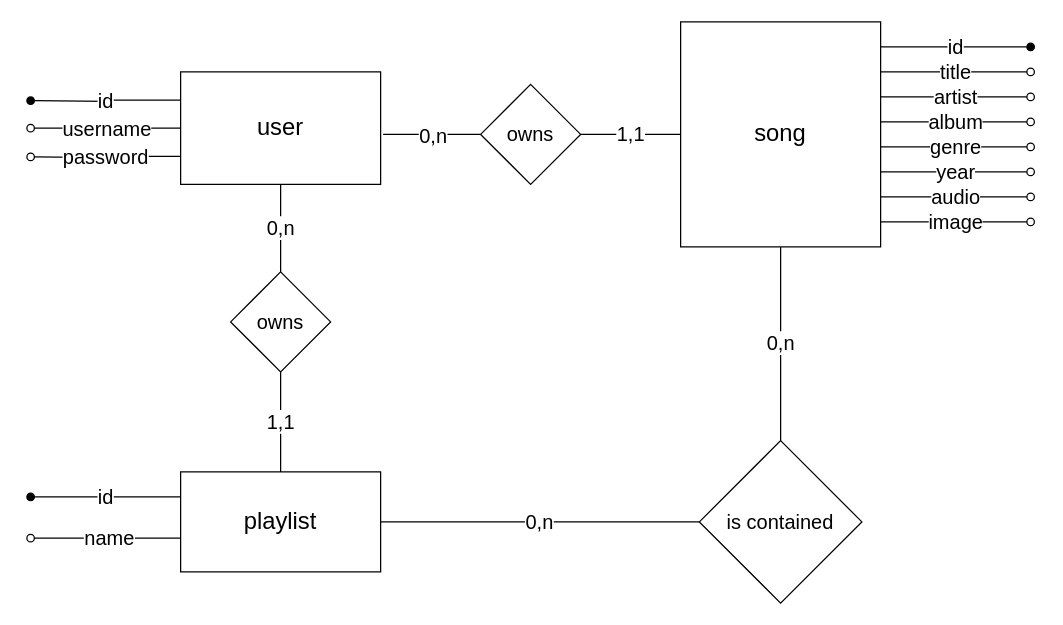
Earlier version of the draw.io diagram doc/database.drawio (GenniImparato/PlaylistMaker). Source tidied: cells renumbered, new cells numbered last; positions are measured from the earlier drawing's top-left corner, leaving out a move shared by most shapes. Both pictures are drawn from the tidied source at 125%, with x=0, y=0 at pixel (30, 21).
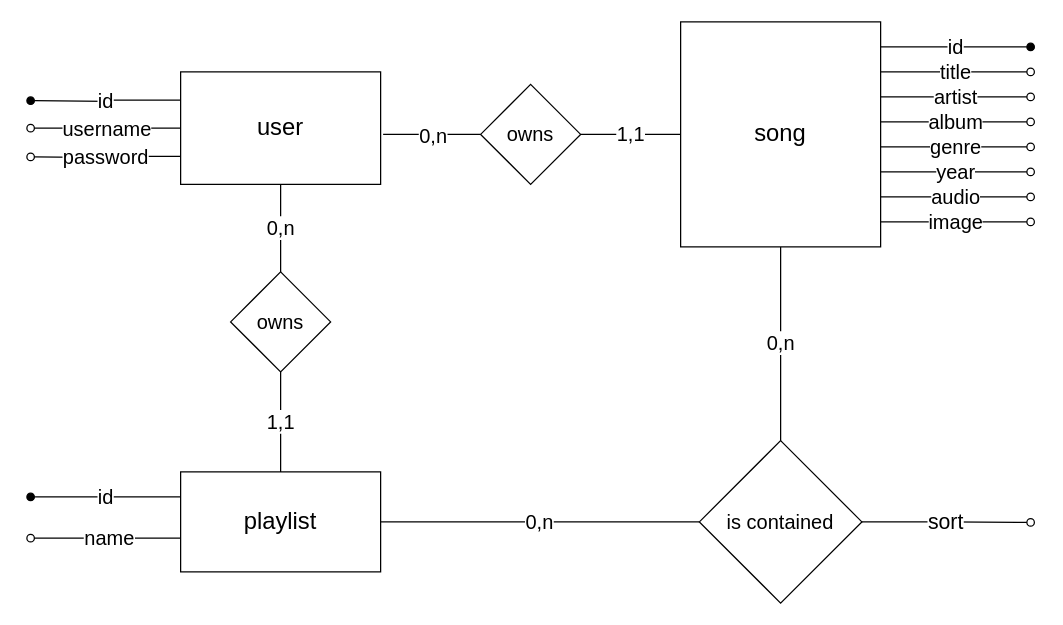
After the change.

The change refers to these unchanged cells:
```xml
<mxCell id="26" value="is contained" style="rhombus;whiteSpace=wrap;html=1;fontSize=16;" parent="1" vertex="1">
  <mxGeometry x="535" y="335" width="130" height="130" as="geometry" />
</mxCell>
```

Change to the diagram source:
```diff
@@
+    <mxCell id="27" value="sort" style="edgeStyle=orthogonalEdgeStyle;rounded=0;jettySize=auto;html=1;exitX=1;exitY=0.5;exitDx=0;exitDy=0;endArrow=oval;endFill=0;fontSize=17;" parent="1" edge="1" source="26">
+      <mxGeometry relative="1" as="geometry">
+        <mxPoint x="800" y="400.4" as="targetPoint" />
+      </mxGeometry>
+    </mxCell>
```
